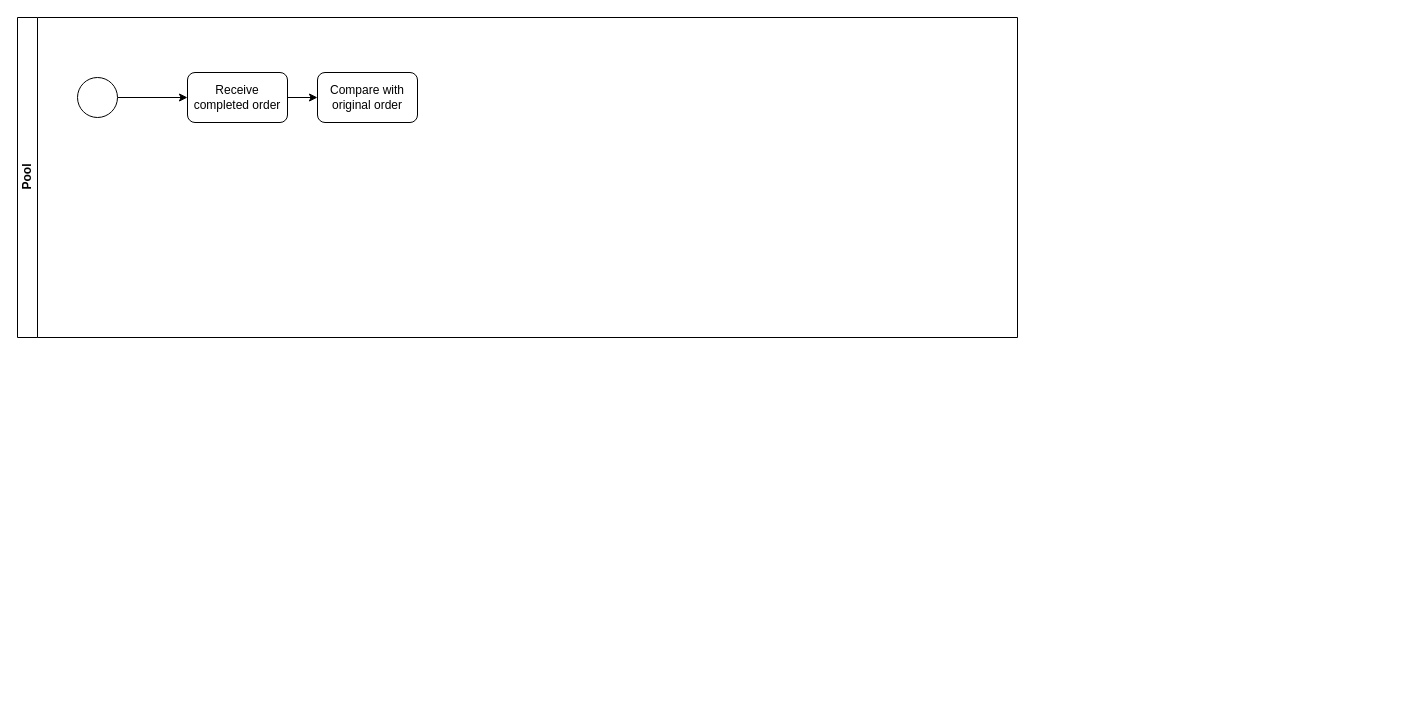
Earlier version of the draw.io diagram Produce Invoice and Delivery Note Diagram.drawio (shitanshiwoerzi/test). Source tidied: cells renumbered, new cells numbered last; positions are measured from the earlier drawing's top-left corner, leaving out a move shared by most shapes. Both pictures are drawn from the tidied source at 100%, with x=0, y=0 at pixel (17, 17).
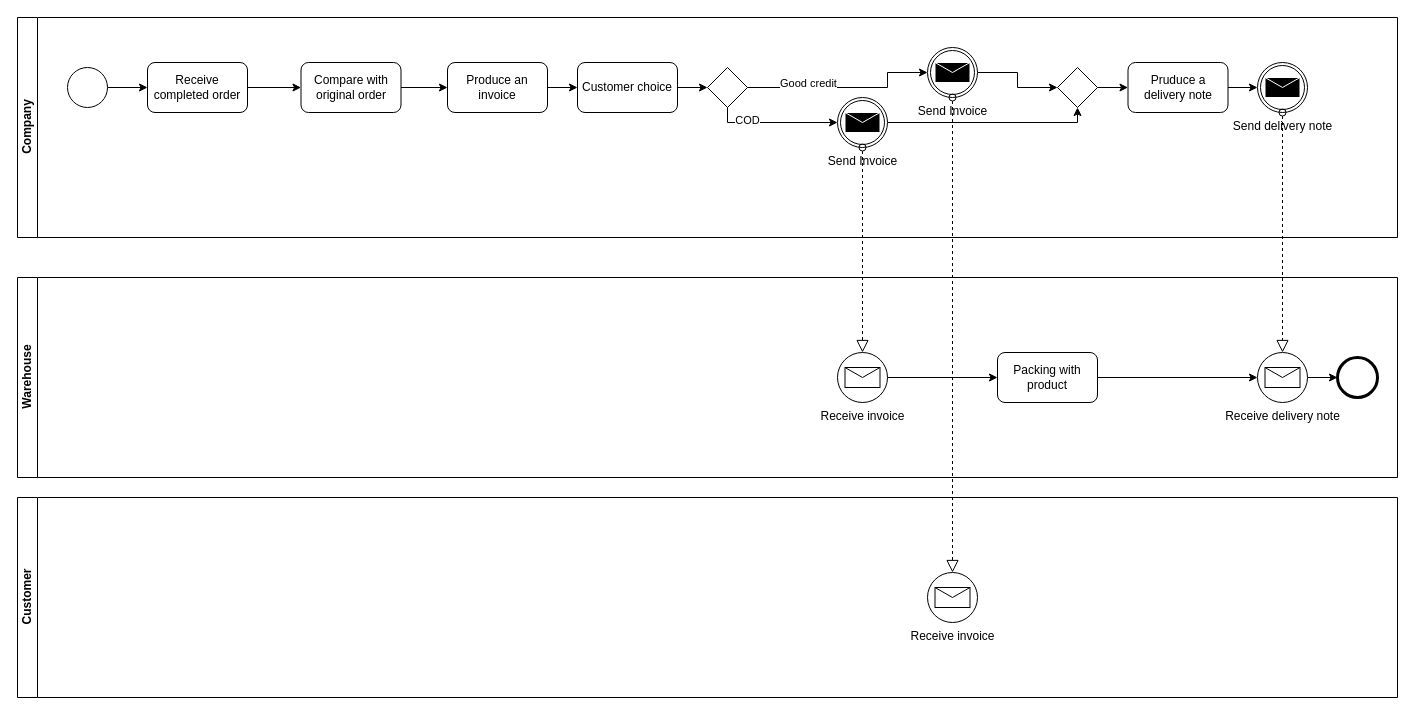
Above is the later version.

Change to the diagram source:
```diff
@@
-    <mxCell id="2" value="Pool" style="swimlane;html=1;horizontal=0;startSize=20;" parent="1" vertex="1">
-      <mxGeometry width="1000" height="320" as="geometry" />
+    <mxCell id="2" value="Company" style="swimlane;html=1;horizontal=0;startSize=20;" parent="1" vertex="1">
+      <mxGeometry width="1380" height="220" as="geometry" />
     </mxCell>
-    <mxCell id="3" style="edgeStyle=orthogonalEdgeStyle;rounded=0;jettySize=auto;html=1;" parent="2" edge="1" source="4" target="6">
-      <mxGeometry relative="1" as="geometry" />
-    </mxCell>
-    <mxCell id="4" style="shape=mxgraph.bpmn.shape;html=1;verticalLabelPosition=bottom;labelBackgroundColor=#ffffff;verticalAlign=top;align=center;perimeter=ellipsePerimeter;outlineConnect=0;outline=standard;symbol=general;" parent="2" vertex="1">
-      <mxGeometry x="60" y="60" width="40" height="40" as="geometry" />
-    </mxCell>
+    <mxCell id="8" style="edgeStyle=orthogonalEdgeStyle;rounded=0;jettySize=auto;html=1;entryX=0;entryY=0.5;entryDx=0;entryDy=0;" parent="2" edge="1" source="9" target="6">
+      <mxGeometry relative="1" as="geometry" />
+    </mxCell>
+    <mxCell id="9" style="shape=mxgraph.bpmn.shape;html=1;verticalLabelPosition=bottom;labelBackgroundColor=#ffffff;verticalAlign=top;align=center;perimeter=ellipsePerimeter;outlineConnect=0;outline=standard;symbol=general;" parent="2" vertex="1">
+      <mxGeometry x="50" y="50" width="40" height="40" as="geometry" />
+    </mxCell>
-    <mxCell id="5" style="edgeStyle=orthogonalEdgeStyle;rounded=0;jettySize=auto;html=1;" parent="2" edge="1" source="6" target="7">
+    <mxCell id="5" style="edgeStyle=orthogonalEdgeStyle;rounded=0;jettySize=auto;html=1;entryX=0;entryY=0.5;entryDx=0;entryDy=0;" parent="2" edge="1" source="6" target="7">
       <mxGeometry relative="1" as="geometry" />
     </mxCell>
     <mxCell id="6" value="Receive completed order" style="shape=ext;rounded=1;html=1;whiteSpace=wrap;" parent="2" vertex="1">
-      <mxGeometry x="170" y="55" width="100" height="50" as="geometry" />
+      <mxGeometry x="130" y="45" width="100" height="50" as="geometry" />
     </mxCell>
+    <mxCell id="10" style="edgeStyle=orthogonalEdgeStyle;rounded=0;jettySize=auto;html=1;entryX=0;entryY=0.5;entryDx=0;entryDy=0;" parent="2" edge="1" source="7" target="12">
+      <mxGeometry relative="1" as="geometry" />
+    </mxCell>
     <mxCell id="7" value="Compare with original order" style="shape=ext;rounded=1;html=1;whiteSpace=wrap;" parent="2" vertex="1">
-      <mxGeometry x="300" y="55" width="100" height="50" as="geometry" />
+      <mxGeometry x="283.5" y="45" width="100" height="50" as="geometry" />
     </mxCell>
+    <mxCell id="11" style="edgeStyle=orthogonalEdgeStyle;rounded=0;jettySize=auto;html=1;" parent="2" edge="1" source="12" target="14">
+      <mxGeometry relative="1" as="geometry" />
+    </mxCell>
+    <mxCell id="12" value="Produce an invoice" style="shape=ext;rounded=1;html=1;whiteSpace=wrap;" parent="2" vertex="1">
+      <mxGeometry x="430" y="45" width="100" height="50" as="geometry" />
+    </mxCell>
+    <mxCell id="13" style="edgeStyle=orthogonalEdgeStyle;rounded=0;jettySize=auto;html=1;" parent="2" edge="1" source="14" target="17">
+      <mxGeometry relative="1" as="geometry" />
+    </mxCell>
+    <mxCell id="14" value="Customer choice" style="shape=ext;rounded=1;html=1;whiteSpace=wrap;" parent="2" vertex="1">
+      <mxGeometry x="560" y="45" width="100" height="50" as="geometry" />
+    </mxCell>
+    <mxCell id="15" style="edgeStyle=orthogonalEdgeStyle;rounded=0;jettySize=auto;html=1;entryX=0;entryY=0.5;entryDx=0;entryDy=0;" parent="2" edge="1" source="17" target="21">
+      <mxGeometry relative="1" as="geometry">
+        <Array as="points">
+          <mxPoint x="870" y="70" />
+          <mxPoint x="870" y="55" />
+        </Array>
+      </mxGeometry>
+    </mxCell>
+    <mxCell id="16" value="Good credit" style="edgeLabel;html=1;align=center;verticalAlign=middle;" parent="15" vertex="1">
+      <mxGeometry x="-0.38" y="1" relative="1" as="geometry">
+        <mxPoint y="-4" as="offset" />
+      </mxGeometry>
+    </mxCell>
+    <mxCell id="17" style="rhombus;whiteSpace=wrap;html=1;" parent="2" vertex="1">
+      <mxGeometry x="690" y="50" width="40" height="40" as="geometry" />
+    </mxCell>
+    <mxCell id="18" style="edgeStyle=orthogonalEdgeStyle;rounded=0;jettySize=auto;html=1;entryX=0.5;entryY=1;entryDx=0;entryDy=0;" parent="2" edge="1" source="19" target="26">
+      <mxGeometry relative="1" as="geometry">
+        <Array as="points">
+          <mxPoint x="1060" y="105" />
+        </Array>
+      </mxGeometry>
+    </mxCell>
+    <mxCell id="19" value="Send Invoice" style="shape=mxgraph.bpmn.shape;html=1;verticalLabelPosition=bottom;labelBackgroundColor=#ffffff;verticalAlign=top;align=center;perimeter=ellipsePerimeter;outlineConnect=0;outline=throwing;symbol=message;" parent="2" vertex="1">
+      <mxGeometry x="820" y="80" width="50" height="50" as="geometry" />
+    </mxCell>
+    <mxCell id="20" style="edgeStyle=orthogonalEdgeStyle;rounded=0;jettySize=auto;html=1;entryX=0;entryY=0.5;entryDx=0;entryDy=0;" parent="2" edge="1" source="21" target="26">
+      <mxGeometry relative="1" as="geometry" />
+    </mxCell>
+    <mxCell id="21" value="Send Invoice" style="shape=mxgraph.bpmn.shape;html=1;verticalLabelPosition=bottom;labelBackgroundColor=#ffffff;verticalAlign=top;align=center;perimeter=ellipsePerimeter;outlineConnect=0;outline=throwing;symbol=message;" parent="2" vertex="1">
+      <mxGeometry x="910" y="30" width="50" height="50" as="geometry" />
+    </mxCell>
+    <mxCell id="22" value="Send delivery note" style="shape=mxgraph.bpmn.shape;html=1;verticalLabelPosition=bottom;labelBackgroundColor=#ffffff;verticalAlign=top;align=center;perimeter=ellipsePerimeter;outlineConnect=0;outline=throwing;symbol=message;" parent="2" vertex="1">
+      <mxGeometry x="1240" y="45" width="50" height="50" as="geometry" />
+    </mxCell>
+    <mxCell id="23" style="edgeStyle=orthogonalEdgeStyle;rounded=0;jettySize=auto;html=1;" parent="2" edge="1" source="17" target="19">
+      <mxGeometry relative="1" as="geometry">
+        <Array as="points">
+          <mxPoint x="710" y="105" />
+        </Array>
+      </mxGeometry>
+    </mxCell>
+    <mxCell id="24" value="COD" style="edgeLabel;html=1;align=center;verticalAlign=middle;" parent="23" vertex="1">
+      <mxGeometry x="-0.46" y="3" relative="1" as="geometry" />
+    </mxCell>
+    <mxCell id="25" style="edgeStyle=orthogonalEdgeStyle;rounded=0;jettySize=auto;html=1;" parent="2" edge="1" source="26" target="28">
+      <mxGeometry relative="1" as="geometry" />
+    </mxCell>
+    <mxCell id="26" style="rhombus;whiteSpace=wrap;html=1;" parent="2" vertex="1">
+      <mxGeometry x="1040" y="50" width="40" height="40" as="geometry" />
+    </mxCell>
+    <mxCell id="27" style="edgeStyle=orthogonalEdgeStyle;rounded=0;jettySize=auto;html=1;" parent="2" edge="1" source="28" target="22">
+      <mxGeometry relative="1" as="geometry" />
+    </mxCell>
+    <mxCell id="28" value="Pruduce a delivery note" style="shape=ext;rounded=1;html=1;whiteSpace=wrap;" parent="2" vertex="1">
+      <mxGeometry x="1110.5" y="45" width="100" height="50" as="geometry" />
+    </mxCell>
+    <mxCell id="29" value="Customer" style="swimlane;html=1;horizontal=0;startSize=20;" parent="1" vertex="1">
+      <mxGeometry y="480" width="1380" height="200" as="geometry" />
+    </mxCell>
+    <mxCell id="30" value="Receive invoice" style="shape=mxgraph.bpmn.shape;html=1;verticalLabelPosition=bottom;labelBackgroundColor=#ffffff;verticalAlign=top;align=center;perimeter=ellipsePerimeter;outlineConnect=0;outline=standard;symbol=message;" parent="29" vertex="1">
+      <mxGeometry x="910" y="75" width="50" height="50" as="geometry" />
+    </mxCell>
+    <mxCell id="31" value="Warehouse" style="swimlane;html=1;horizontal=0;startSize=20;" parent="1" vertex="1">
+      <mxGeometry y="260" width="1380" height="200" as="geometry" />
+    </mxCell>
+    <mxCell id="32" style="edgeStyle=orthogonalEdgeStyle;rounded=0;jettySize=auto;html=1;entryX=0;entryY=0.5;entryDx=0;entryDy=0;" parent="31" edge="1" source="33" target="35">
+      <mxGeometry relative="1" as="geometry" />
+    </mxCell>
+    <mxCell id="33" value="Receive invoice" style="shape=mxgraph.bpmn.shape;html=1;verticalLabelPosition=bottom;labelBackgroundColor=#ffffff;verticalAlign=top;align=center;perimeter=ellipsePerimeter;outlineConnect=0;outline=standard;symbol=message;" parent="31" vertex="1">
+      <mxGeometry x="820" y="75" width="50" height="50" as="geometry" />
+    </mxCell>
+    <mxCell id="34" style="edgeStyle=orthogonalEdgeStyle;rounded=0;jettySize=auto;html=1;" parent="31" edge="1" source="35" target="37">
+      <mxGeometry relative="1" as="geometry" />
+    </mxCell>
+    <mxCell id="35" value="Packing with product" style="shape=ext;rounded=1;html=1;whiteSpace=wrap;" parent="31" vertex="1">
+      <mxGeometry x="980" y="75" width="100" height="50" as="geometry" />
+    </mxCell>
+    <mxCell id="36" style="edgeStyle=orthogonalEdgeStyle;rounded=0;jettySize=auto;html=1;" parent="31" edge="1" source="37" target="38">
+      <mxGeometry relative="1" as="geometry" />
+    </mxCell>
+    <mxCell id="37" value="Receive delivery note" style="shape=mxgraph.bpmn.shape;html=1;verticalLabelPosition=bottom;labelBackgroundColor=#ffffff;verticalAlign=top;align=center;perimeter=ellipsePerimeter;outlineConnect=0;outline=standard;symbol=message;" parent="31" vertex="1">
+      <mxGeometry x="1240" y="75" width="50" height="50" as="geometry" />
+    </mxCell>
+    <mxCell id="38" style="shape=mxgraph.bpmn.shape;html=1;verticalLabelPosition=bottom;labelBackgroundColor=#ffffff;verticalAlign=top;align=center;perimeter=ellipsePerimeter;outlineConnect=0;outline=end;symbol=general;" parent="31" vertex="1">
+      <mxGeometry x="1320" y="80" width="40" height="40" as="geometry" />
+    </mxCell>
+    <mxCell id="39" style="startArrow=oval;startFill=0;startSize=7;endArrow=block;endFill=0;endSize=10;dashed=1;html=1;exitX=0.5;exitY=1;exitDx=0;exitDy=0;entryX=0.5;entryY=0;entryDx=0;entryDy=0;" parent="1" edge="1" source="19" target="33">
+      <mxGeometry relative="1" as="geometry" />
+    </mxCell>
+    <mxCell id="40" style="startArrow=oval;startFill=0;startSize=7;endArrow=block;endFill=0;endSize=10;dashed=1;html=1;entryX=0.5;entryY=0;entryDx=0;entryDy=0;" parent="1" edge="1" source="21" target="30">
+      <mxGeometry relative="1" as="geometry" />
+    </mxCell>
+    <mxCell id="41" style="startArrow=oval;startFill=0;startSize=7;endArrow=block;endFill=0;endSize=10;dashed=1;html=1;exitX=0.5;exitY=1;exitDx=0;exitDy=0;entryX=0.5;entryY=0;entryDx=0;entryDy=0;" parent="1" edge="1" source="22" target="37">
+      <mxGeometry relative="1" as="geometry" />
+    </mxCell>
```
